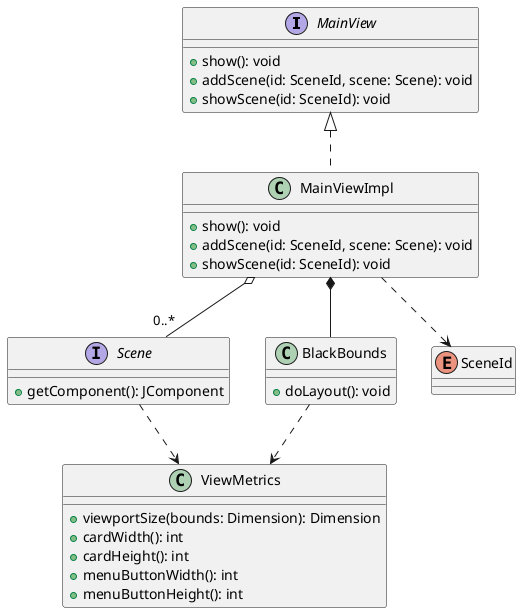
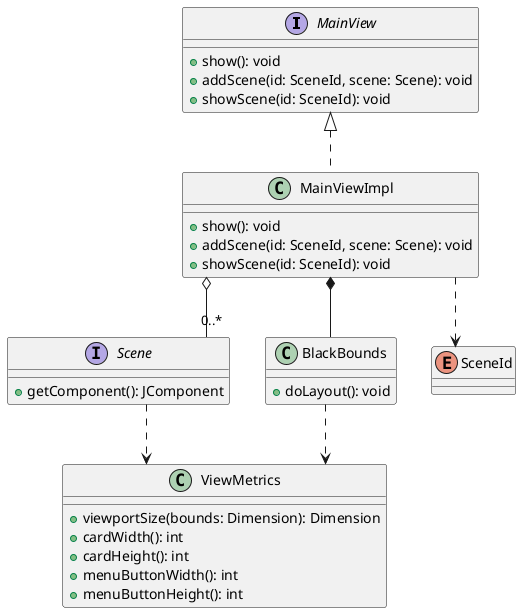
@startuml ViewportAdattamento
+ 
+ skinparam linetype ortho

interface MainView {
    + show(): void
    + addScene(id: SceneId, scene: Scene): void
    + showScene(id: SceneId): void
}

class MainViewImpl {
    + show(): void
    + addScene(id: SceneId, scene: Scene): void
    + showScene(id: SceneId): void
}

interface Scene {
    + getComponent(): JComponent
}

class BlackBounds {
    + doLayout(): void
}

class ViewMetrics {
    + viewportSize(bounds: Dimension): Dimension
    + cardWidth(): int
    + cardHeight(): int
    + menuButtonWidth(): int
    + menuButtonHeight(): int
}

enum SceneId

MainView <|.. MainViewImpl
MainViewImpl *-- BlackBounds
MainViewImpl o-- "0..*" Scene
MainViewImpl ..> SceneId

BlackBounds ..> ViewMetrics
Scene ..> ViewMetrics

@enduml
